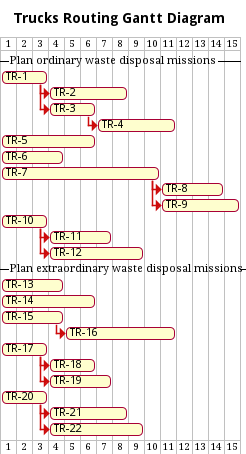
SmartWasteCollection/project-management keeps this PlantUML diagram as img/gantt-trucks-routing.pm.png. Above is the earlier version. Source of this version:
```plantuml
@startgantt
!include ../metamodels/gantt.iuml
title Trucks Routing Gantt Diagram
!define requirement TR
--Plan ordinary waste disposal missions--

task(1, 3)
task(2, 5)
task(3, 3)
task(4, 5)

endtostart(1, 2)
endtostart(1, 3)
endtostart(3, 4)

task(5, 6)
task(6, 4)
task(7, 10)
task(8, 4)
task(9, 5)

endtostart(7, 8)
endtostart(7, 9)

task(10, 3)
task(11, 4)
task(12, 6)

endtostart(10, 11)
endtostart(10, 12)

--Plan extraordinary waste disposal missions--

task(13, 4)
task(14, 6)

task(15, 4)
task(16, 7)

endtostart(15, 16)

task(17, 3)
task(18, 3)
task(19, 4)

endtostart(17, 18)
endtostart(17, 19)

task(20, 3)
task(21, 5)
task(22, 6)

endtostart(20, 21)
endtostart(20, 22)

@endgantt
```
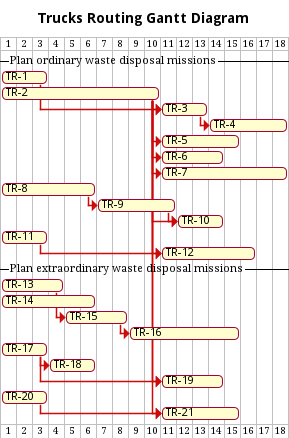
The same file after the commit.

Change to the diagram source:
```diff
@@ -5,29 +5,33 @@
 --Plan ordinary waste disposal missions--
 
 task(1, 3)
-task(2, 5)
+task(2, 10)
 task(3, 3)
 task(4, 5)
+task(5, 5)
 
-endtostart(1, 2)
 endtostart(1, 3)
+endtostart(2, 3)
 endtostart(3, 4)
+endtostart(2, 5)
 
-task(5, 6)
 task(6, 4)
-task(7, 10)
-task(8, 4)
+task(7, 8)
+task(8, 6)
 task(9, 5)
+task(10, 3)
 
-endtostart(7, 8)
-endtostart(7, 9)
+endtostart(2, 6)
+endtostart(2, 7)
+endtostart(8, 9)
+endtostart(2, 10)
+endtostart(9, 10)
 
-task(10, 3)
-task(11, 4)
+task(11, 3)
 task(12, 6)
 
-endtostart(10, 11)
-endtostart(10, 12)
+endtostart(2, 12)
+endtostart(11, 12)
 
 --Plan extraordinary waste disposal missions--
 
@@ -37,20 +41,21 @@
 task(15, 4)
 task(16, 7)
 
+endtostart(13, 15)
 endtostart(15, 16)
 
 task(17, 3)
 task(18, 3)
 task(19, 4)
 
+endtostart(2, 19)
 endtostart(17, 18)
 endtostart(17, 19)
 
 task(20, 3)
 task(21, 5)
-task(22, 6)
 
+endtostart(2, 21)
 endtostart(20, 21)
-endtostart(20, 22)
 
 @endgantt
```
